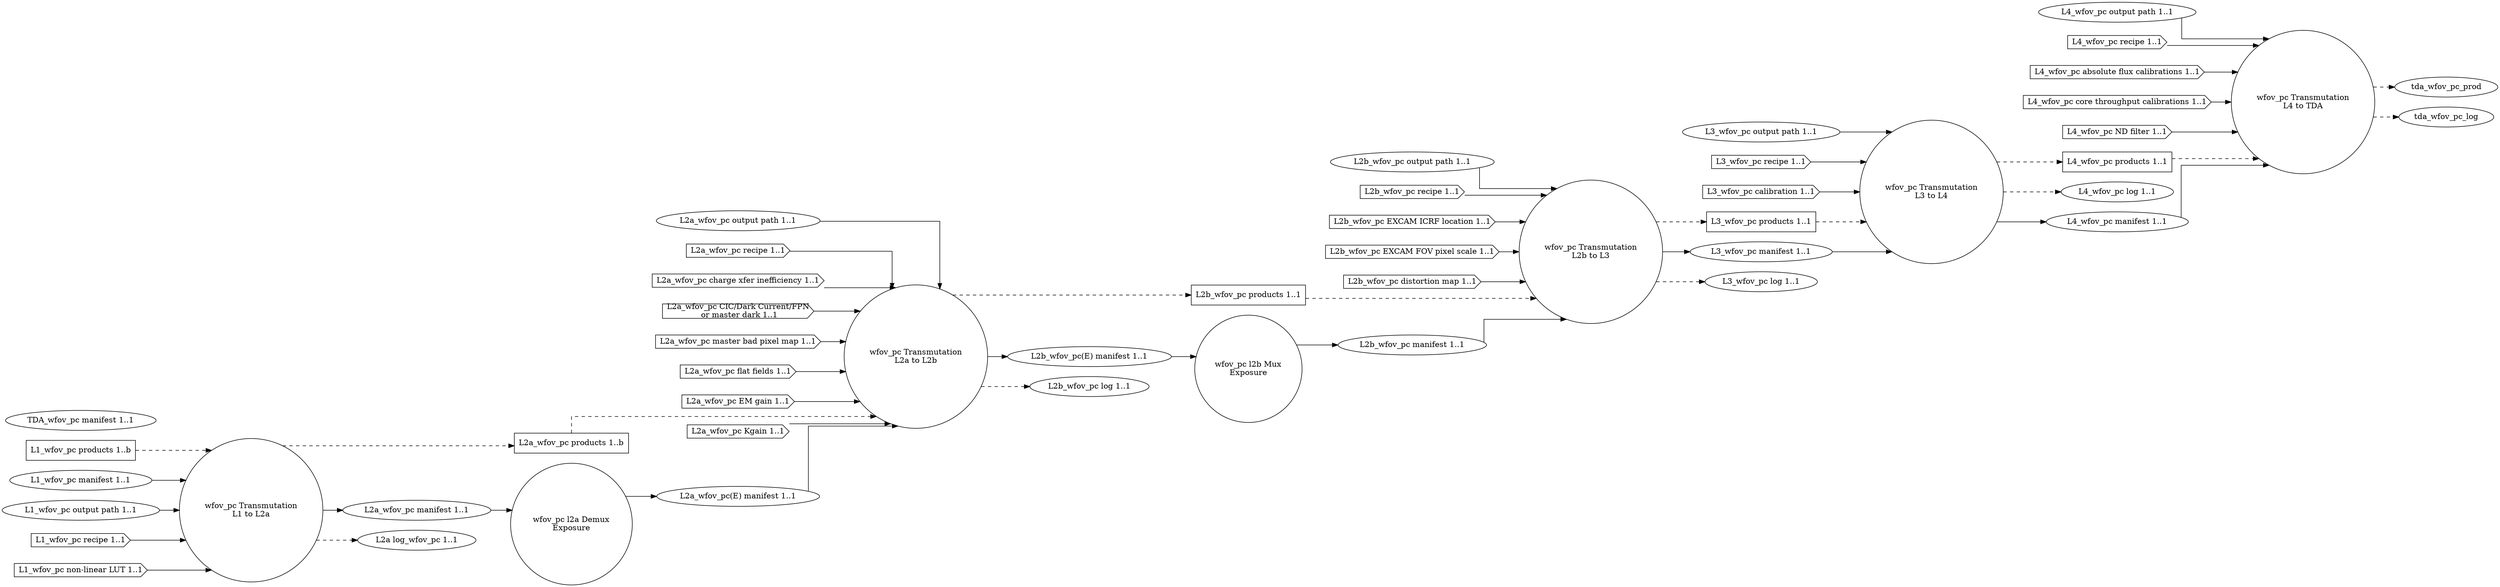
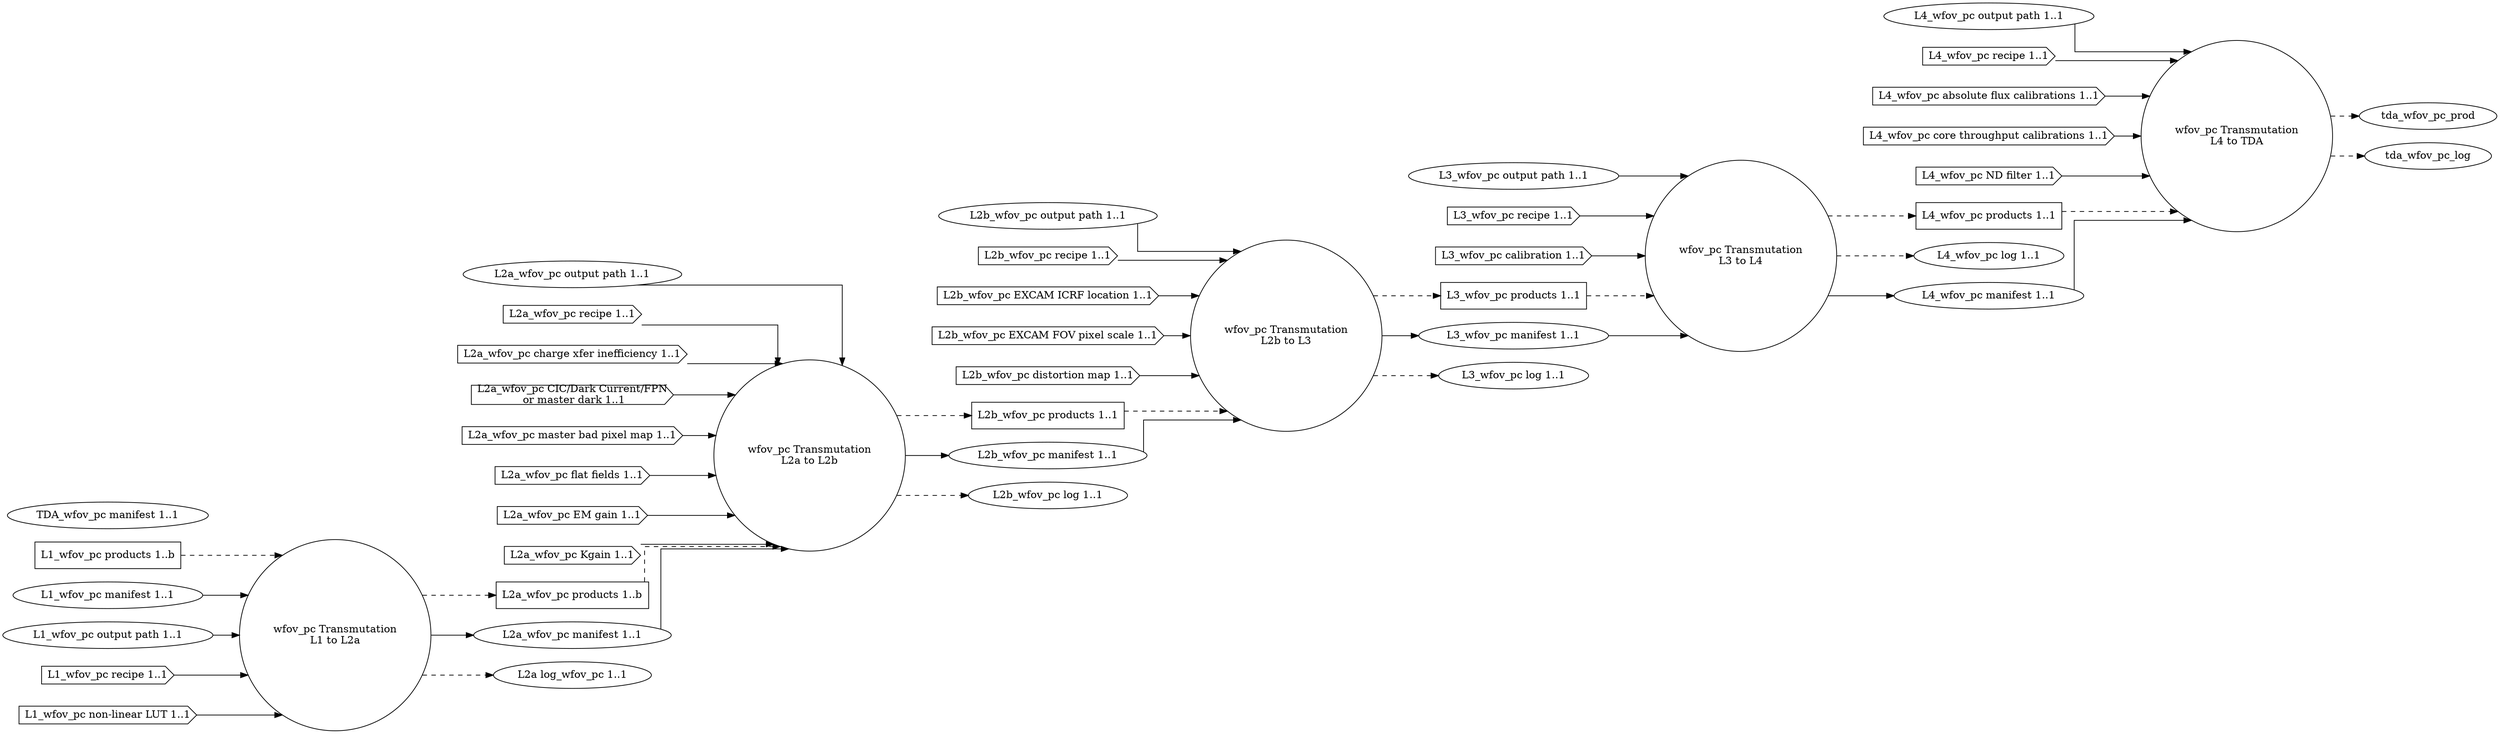
digraph WideFieldOfViewPhotonCount {
graph [splines="ortho", rankdir=LR];
trans_wfov_pc_l1_l2a [label="wfov_pc Transmutation\nL1 to L2a", shape="circle", runname="l1.transmutation_wfov_pc", runtype="dawgie.Algorithm", fsmtype="dip.base.Runner"];
- l2a_wfov_pc_demux [label="wfov_pc l2a Demux\nExposure", shape="circle", runname="l2a.demux_wfov_pc", runtype="dawgie.Algorithm", fsmtype="dip.clerk.impls.demux.FSM"];
trans_wfov_pc_l2a_l2b [label="wfov_pc Transmutation\nL2a to L2b", shape="circle", runname="l2a.transmutation_wfov_pc", runtype="dawgie.Algorithm", fsmtype="dip.base.Runner"];
- l2b_wfov_pc_mux [label="wfov_pc l2b Mux\nExposure", shape="circle", runname="l2b.mux_wfov_pc", runtype="dawgie.Analyzer", fsmtype="dip.clerk.impls.mux.FSM"];
trans_wfov_pc_l2b_l3 [label="wfov_pc Transmutation\nL2b to L3", shape="circle", runname="l2b.transmutation_wfov_pc", runtype="dawgie.Algorithm", fsmtype="dip.base.Runner"];
trans_wfov_pc_l3_l4 [label="wfov_pc Transmutation\nL3 to L4", shape="circle", runname="l3.transmutation_wfov_pc", runtype="dawgie.Algorithm", fsmtype="dip.base.Runner"];
trans_wfov_pc_l4_tda [label="wfov_pc Transmutation\nL4 to TDA", shape="circle", runname="l4.transmutation_wfov_pc", runtype="dawgie.Algorithm", fsmtype="dip.base.Runner"];
l1_wfov_pc_prod [label="L1_wfov_pc products 1..b", shape="rectangle"];
l1_wfov_pc_man [label="L1_wfov_pc manifest 1..1", shape="ellipse"];
l1_wfov_pc_odir [label="L1_wfov_pc output path 1..1", shape="ellipse"];
l1_wfov_pc_rec [label="L1_wfov_pc recipe 1..1", shape="cds"];
l1_wfov_pc_nllut [label="L1_wfov_pc non-linear LUT 1..1", shape="cds"];
l2a_wfov_pc_prod [label="L2a_wfov_pc products 1..b", shape="rectangle"];
l2a_wfov_pc_man [label="L2a_wfov_pc manifest 1..1", shape="ellipse", valname="l1.transmutation_wfov_pc.product.manifest", valtype="dip.base.Manifest"];
l2a_wfov_pc_odir [label="L2a_wfov_pc output path 1..1", shape="ellipse"];
l2a_wfov_pc_rec [label="L2a_wfov_pc recipe 1..1", shape="cds"];
l2a_wfov_pc_cti [label="L2a_wfov_pc charge xfer inefficiency 1..1", shape="cds"];
l2a_wfov_pc_dnb [label="L2a_wfov_pc CIC/Dark Current/FPN\n or master dark 1..1", shape="cds"];
l2a_wfov_pc_mbpm [label="L2a_wfov_pc master bad pixel map 1..1", shape="cds"];
l2a_wfov_pc_ff [label="L2a_wfov_pc flat fields 1..1", shape="cds"];
l2a_wfov_pc_emg [label="L2a_wfov_pc EM gain 1..1", shape="cds"];
l2a_wfov_pc_kgain [label="L2a_wfov_pc Kgain 1..1", shape="cds"];
l2a_wfov_pc_log [label="L2a log_wfov_pc 1..1", shape="ellipse"];
- l2a_wfov_pc_man_demux [label="L2a_wfov_pc(E) manifest 1..1", shape="ellipse", valname="l2a.demux_wfov_pc.product.manifest", valtype="dip.base.Manifest"];
l2b_wfov_pc_prod [label="L2b_wfov_pc products 1..1", shape="rectangle"];
- l2b_wfov_pc_man [label="L2b_wfov_pc manifest 1..1", shape="ellipse", valname="l2b.mux_wfov_pc.product.manifest", valtype="dip.base.Manifest"];
+ l2b_wfov_pc_man [label="L2b_wfov_pc manifest 1..1", shape="ellipse", valname="l2b.transmutation_wfov_pc.product.manifest", valtype="dip.base.Manifest"];
l2b_wfov_pc_odir [label="L2b_wfov_pc output path 1..1", shape="ellipse"];
l2b_wfov_pc_rec [label="L2b_wfov_pc recipe 1..1", shape="cds"];
l2b_wfov_pc_excicrf [label="L2b_wfov_pc EXCAM ICRF location 1..1", shape="cds"];
l2b_wfov_pc_excfovps [label="L2b_wfov_pc EXCAM FOV pixel scale 1..1", shape="cds"];
l2b_wfov_pc_distm [label="L2b_wfov_pc distortion map 1..1", shape="cds"];
- l2b_wfov_pc_man_demux [label="L2b_wfov_pc(E) manifest 1..1", shape="ellipse", valname="l2a.transmutation_wfov_pc.product.manifest", valtype="dip.base.Manifest"];
l2b_wfov_pc_log [label="L2b_wfov_pc log 1..1", shape="ellipse"];
l3_wfov_pc_prod [label="L3_wfov_pc products 1..1", shape="rectangle"];
l3_wfov_pc_odir [label="L3_wfov_pc output path 1..1", shape="ellipse"];
l3_wfov_pc_man [label="L3_wfov_pc manifest 1..1", shape="ellipse", valname="l2b.transmutation_wfov_pc.product.manifest", valtype="dip.base.Manifest"];
l3_wfov_pc_rec [label="L3_wfov_pc recipe 1..1", shape="cds"];
l3_wfov_pc_cal [label="L3_wfov_pc calibration 1..1", shape="cds"];
l3_wfov_pc_log [label="L3_wfov_pc log 1..1", shape="ellipse"];
l4_wfov_pc_prod [label="L4_wfov_pc products 1..1", shape="rectangle"];
l4_wfov_pc_odir [label="L4_wfov_pc output path 1..1", shape="ellipse"];
l4_wfov_pc_log [label="L4_wfov_pc log 1..1", shape="ellipse"];
l4_wfov_pc_man [label="L4_wfov_pc manifest 1..1", shape="ellipse", valname="l3.transmutation_wfov_pc.product.manifest", valtype="dip.base.Manifest"];
l4_wfov_pc_rec [label="L4_wfov_pc recipe 1..1", shape="cds"];
l4_wfov_pc_afcal [label="L4_wfov_pc absolute flux calibrations 1..1", shape="cds"];
l4_wfov_pc_ctcal [label="L4_wfov_pc core throughput calibrations 1..1", shape="cds"];
l4_wfov_pc_ndfilt [label="L4_wfov_pc ND filter 1..1", shape="cds"];
tda_wfov_pc_man [label="TDA_wfov_pc manifest 1..1", shape="ellipse", valname="l4.transmutation_wfov_pc.product.manifest", valtype="dip.base.Manifest"];
l1_wfov_pc_prod -> trans_wfov_pc_l1_l2a [style="dashed"];
l1_wfov_pc_man -> trans_wfov_pc_l1_l2a;
l1_wfov_pc_odir -> trans_wfov_pc_l1_l2a;
l1_wfov_pc_rec -> trans_wfov_pc_l1_l2a;
l1_wfov_pc_nllut -> trans_wfov_pc_l1_l2a;
trans_wfov_pc_l1_l2a -> l2a_wfov_pc_prod [style="dashed"];
trans_wfov_pc_l1_l2a -> l2a_wfov_pc_man;
trans_wfov_pc_l1_l2a -> l2a_wfov_pc_log [style="dashed"];
l2a_wfov_pc_prod -> trans_wfov_pc_l2a_l2b [style="dashed"];
l2a_wfov_pc_odir -> trans_wfov_pc_l2a_l2b;
l2a_wfov_pc_rec -> trans_wfov_pc_l2a_l2b;
l2a_wfov_pc_cti -> trans_wfov_pc_l2a_l2b;
l2a_wfov_pc_dnb -> trans_wfov_pc_l2a_l2b;
l2a_wfov_pc_mbpm -> trans_wfov_pc_l2a_l2b;
l2a_wfov_pc_ff -> trans_wfov_pc_l2a_l2b;
l2a_wfov_pc_emg -> trans_wfov_pc_l2a_l2b;
l2a_wfov_pc_kgain -> trans_wfov_pc_l2a_l2b;
trans_wfov_pc_l2a_l2b -> l2b_wfov_pc_prod [style="dashed"];
- trans_wfov_pc_l2a_l2b -> l2b_wfov_pc_man_demux;
+ trans_wfov_pc_l2a_l2b -> l2b_wfov_pc_man;
trans_wfov_pc_l2a_l2b -> l2b_wfov_pc_log [style="dashed"];
- l2a_wfov_pc_man -> l2a_wfov_pc_demux;
- l2a_wfov_pc_demux -> l2a_wfov_pc_man_demux;
- l2a_wfov_pc_man_demux -> trans_wfov_pc_l2a_l2b;
- l2b_wfov_pc_man_demux -> l2b_wfov_pc_mux;
- l2b_wfov_pc_mux -> l2b_wfov_pc_man;
+ l2a_wfov_pc_man -> trans_wfov_pc_l2a_l2b;
l2b_wfov_pc_prod -> trans_wfov_pc_l2b_l3 [style="dashed"];
l2b_wfov_pc_man -> trans_wfov_pc_l2b_l3;
l2b_wfov_pc_odir -> trans_wfov_pc_l2b_l3;
l2b_wfov_pc_rec -> trans_wfov_pc_l2b_l3;
l2b_wfov_pc_excicrf -> trans_wfov_pc_l2b_l3;
l2b_wfov_pc_excfovps -> trans_wfov_pc_l2b_l3;
l2b_wfov_pc_distm -> trans_wfov_pc_l2b_l3;
trans_wfov_pc_l2b_l3 -> l3_wfov_pc_prod [style="dashed"];
trans_wfov_pc_l2b_l3 -> l3_wfov_pc_man;
trans_wfov_pc_l2b_l3 -> l3_wfov_pc_log [style="dashed"];
l3_wfov_pc_prod -> trans_wfov_pc_l3_l4 [style="dashed"];
l3_wfov_pc_man -> trans_wfov_pc_l3_l4;
l3_wfov_pc_odir -> trans_wfov_pc_l3_l4;
l3_wfov_pc_rec -> trans_wfov_pc_l3_l4;
l3_wfov_pc_cal -> trans_wfov_pc_l3_l4;
trans_wfov_pc_l3_l4 -> l4_wfov_pc_prod [style="dashed"];
trans_wfov_pc_l3_l4 -> l4_wfov_pc_log [style="dashed"];
trans_wfov_pc_l3_l4 -> l4_wfov_pc_man;
l4_wfov_pc_prod -> trans_wfov_pc_l4_tda [style="dashed"];
l4_wfov_pc_man -> trans_wfov_pc_l4_tda;
l4_wfov_pc_odir -> trans_wfov_pc_l4_tda;
l4_wfov_pc_rec -> trans_wfov_pc_l4_tda;
l4_wfov_pc_afcal -> trans_wfov_pc_l4_tda;
l4_wfov_pc_ctcal -> trans_wfov_pc_l4_tda;
l4_wfov_pc_ndfilt -> trans_wfov_pc_l4_tda;
trans_wfov_pc_l4_tda -> tda_wfov_pc_prod [style="dashed"];
trans_wfov_pc_l4_tda -> tda_wfov_pc_log [style="dashed"];
}
